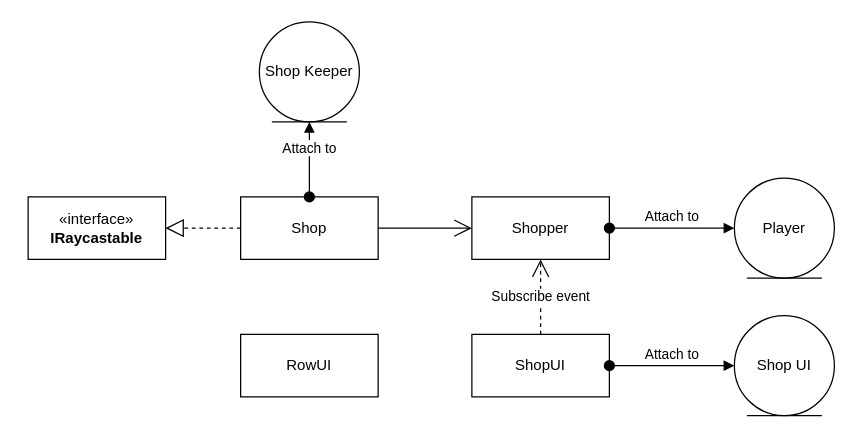
Before: GreenAcademyProject.drawio in KTFox/FoxAdventure, a draw.io diagram. Source tidied: cells renumbered, new cells numbered last; positions are measured from the earlier drawing's top-left corner, leaving out a move shared by most shapes. Both pictures are drawn from the tidied source at 125%, with x=0, y=0 at pixel (28, 21).
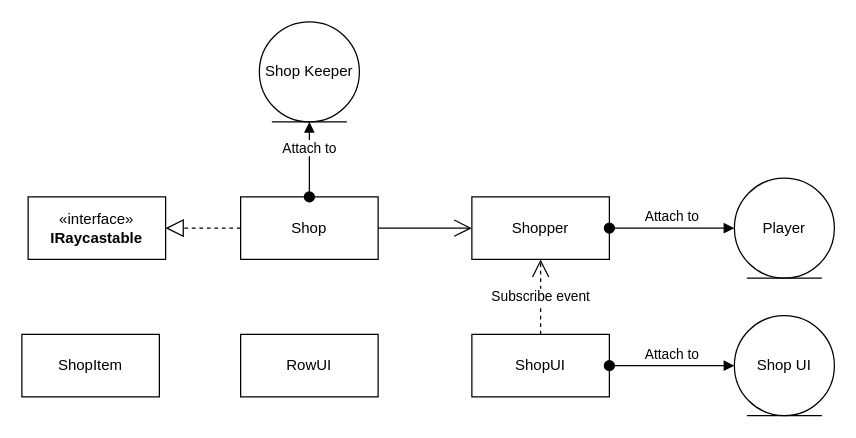
Above is the later version.

What changed in the source:
```diff
@@
 <mxGraphModel>
   <root>
     <mxCell id="0" />
     <mxCell id="1" parent="0" />
     <mxCell id="2" value="Shop" style="html=1;whiteSpace=wrap;" parent="1" vertex="1">
       <mxGeometry x="170" y="140" width="110" height="50" as="geometry" />
     </mxCell>
     <mxCell id="3" value="Shopper" style="html=1;whiteSpace=wrap;" parent="1" vertex="1">
       <mxGeometry x="355" y="140" width="110" height="50" as="geometry" />
     </mxCell>
     <mxCell id="4" value="RowUI" style="html=1;whiteSpace=wrap;" parent="1" vertex="1">
       <mxGeometry x="170" y="250" width="110" height="50" as="geometry" />
     </mxCell>
     <mxCell id="5" value="ShopUI" style="html=1;whiteSpace=wrap;" parent="1" vertex="1">
       <mxGeometry x="355" y="250" width="110" height="50" as="geometry" />
     </mxCell>
     <mxCell id="6" value="Attach to" style="html=1;verticalAlign=bottom;startArrow=oval;startFill=1;endArrow=block;startSize=8;curved=0;rounded=0;" parent="1" edge="1" source="3" target="7">
       <mxGeometry x="-0.01" relative="1" as="geometry" />
     </mxCell>
     <mxCell id="7" value="Player" style="ellipse;shape=umlEntity;whiteSpace=wrap;html=1;" parent="1" vertex="1">
       <mxGeometry x="565" y="125" width="80" height="80" as="geometry" />
     </mxCell>
     <mxCell id="8" value="Subscribe event" style="endArrow=open;endSize=12;dashed=1;html=1;rounded=0;" parent="1" edge="1" source="5" target="3">
       <mxGeometry relative="1" as="geometry" />
     </mxCell>
     <mxCell id="9" value="Attach to" style="html=1;verticalAlign=bottom;startArrow=oval;startFill=1;endArrow=block;startSize=8;curved=0;rounded=0;" parent="1" edge="1" source="5" target="10">
       <mxGeometry x="-0.01" relative="1" as="geometry" />
     </mxCell>
     <mxCell id="10" value="Shop UI" style="ellipse;shape=umlEntity;whiteSpace=wrap;html=1;" parent="1" vertex="1">
       <mxGeometry x="565" y="235" width="80" height="80" as="geometry" />
     </mxCell>
     <mxCell id="11" value="Shop Keeper" style="ellipse;shape=umlEntity;whiteSpace=wrap;html=1;" parent="1" vertex="1">
       <mxGeometry x="185" width="80" height="80" as="geometry" />
     </mxCell>
     <mxCell id="12" value="Attach to" style="html=1;verticalAlign=bottom;startArrow=oval;startFill=1;endArrow=block;startSize=8;curved=0;rounded=0;" parent="1" edge="1" source="2" target="11">
       <mxGeometry x="-0.01" relative="1" as="geometry" />
     </mxCell>
     <mxCell id="13" value="«interface»&lt;br&gt;&lt;b&gt;IRaycastable&lt;/b&gt;" style="html=1;whiteSpace=wrap;" parent="1" vertex="1">
       <mxGeometry y="140" width="110" height="50" as="geometry" />
     </mxCell>
     <mxCell id="14" style="endArrow=block;dashed=1;endFill=0;endSize=12;html=1;rounded=0;" parent="1" edge="1" source="2" target="13">
       <mxGeometry relative="1" as="geometry" />
     </mxCell>
     <mxCell id="15" style="endArrow=open;endFill=1;endSize=12;html=1;rounded=0;" parent="1" edge="1" source="2" target="3">
       <mxGeometry relative="1" as="geometry" />
     </mxCell>
+    <mxCell id="16" value="ShopItem" style="html=1;whiteSpace=wrap;" parent="1" vertex="1">
+      <mxGeometry x="-5" y="250" width="110" height="50" as="geometry" />
+    </mxCell>
   </root>
 </mxGraphModel>
```
